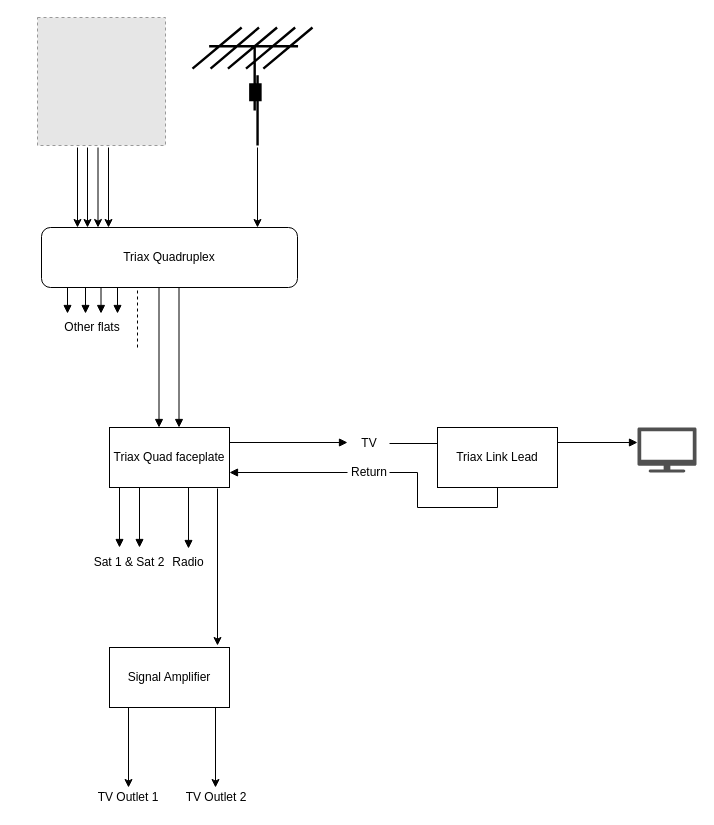
danieljtribe/mullerhouse-diagrams keeps this draw.io diagram as Signal distribution.drawio. Above is the earlier version. Source tidied: cells renumbered, new cells numbered last; positions are measured from the earlier drawing's top-left corner, leaving out a move shared by most shapes. Both pictures are drawn from the tidied source at 100%, with x=0, y=0 at pixel (37, 17). Pictures stored in the file or linked from it are replaced by grey dashed boxes.
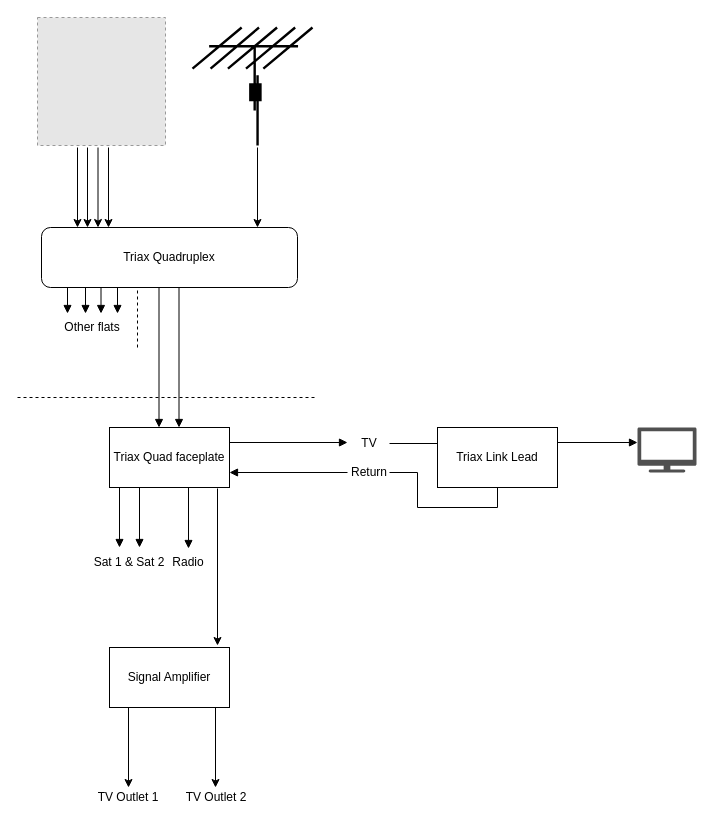
Above is the later version.

Diff of the diagram source:
```diff
@@
+    <mxCell id="42" style="endArrow=none;dashed=1;html=1;" parent="1" edge="1">
+      <mxGeometry relative="1" as="geometry">
+        <mxPoint x="-20" y="380" as="sourcePoint" />
+        <mxPoint x="280" y="380" as="targetPoint" />
+      </mxGeometry>
+    </mxCell>
```
